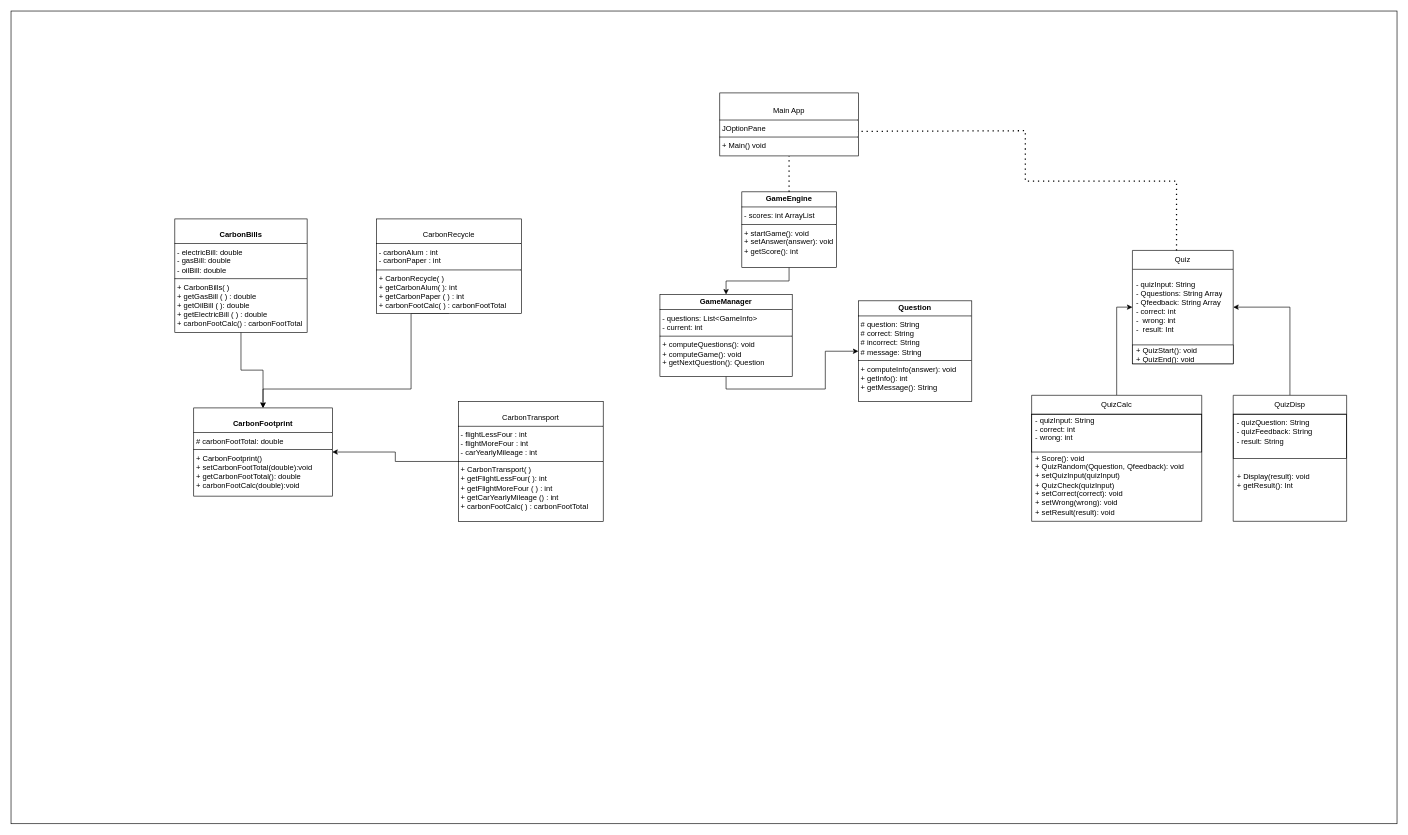
The draw.io diagram ClassDiagram.drawio in JordanTheCodeless/OOP_SDG_CA, before the edit. Source tidied: cells renumbered, new cells numbered last; positions are measured from the earlier drawing's top-left corner, leaving out a move shared by most shapes. Both pictures are drawn from the tidied source at 63%, with x=0, y=0 at pixel (11, 11).
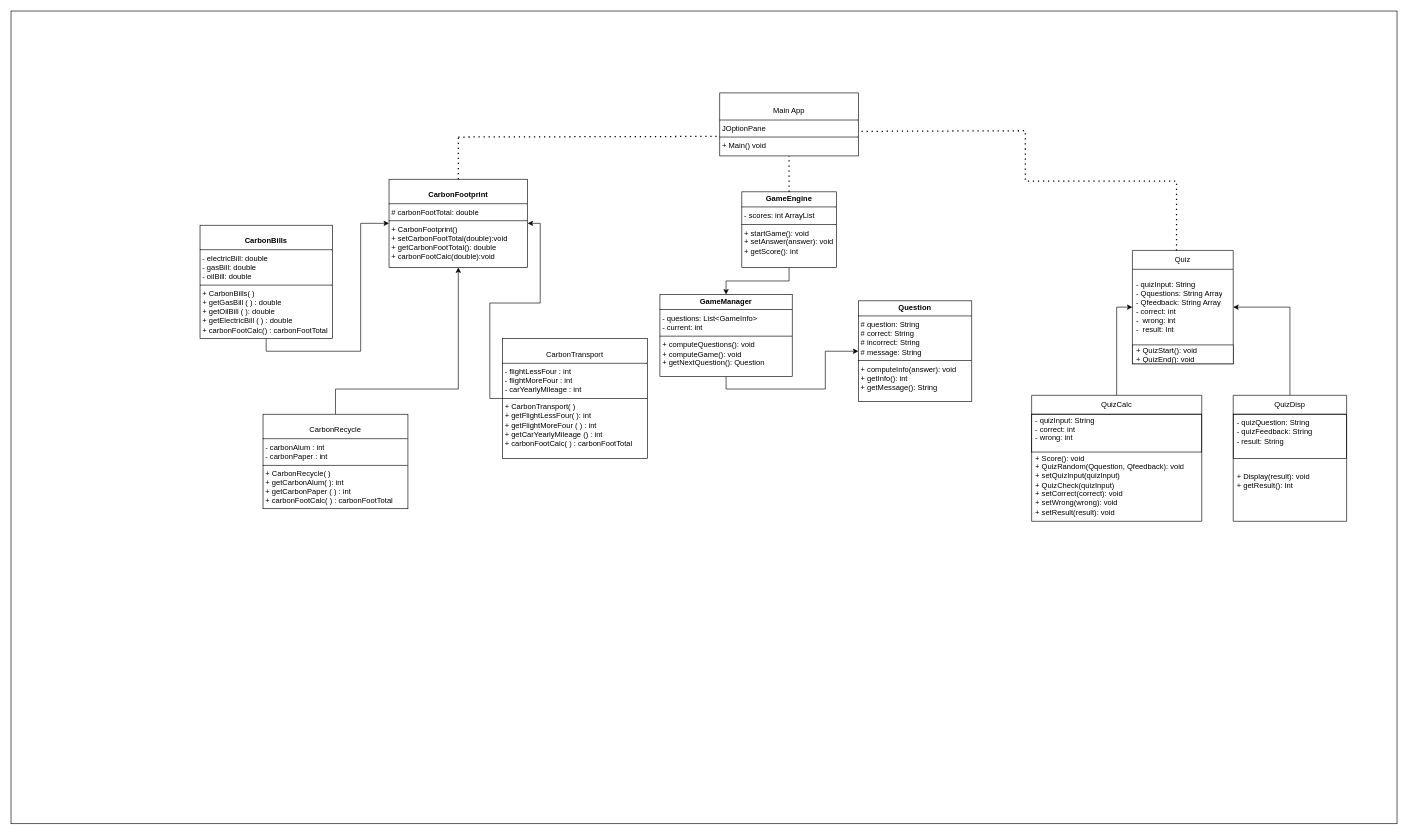
The same page after the edit.

Commit message (it also covers changes not shown here):
Made final changes diagram

Unchanged cells that the change refers to:
```xml
<mxCell id="25" value="&lt;p style=&quot;margin:0px;margin-top:4px;text-align:center;&quot;&gt;&lt;br&gt;&lt;/p&gt;&lt;p style=&quot;margin:0px;margin-top:4px;text-align:center;&quot;&gt;Main App&lt;/p&gt;&lt;hr size=&quot;1&quot; style=&quot;border-style:solid;&quot;&gt;&lt;p style=&quot;margin:0px;margin-left:4px;&quot;&gt;JOptionPane&lt;/p&gt;&lt;hr size=&quot;1&quot; style=&quot;border-style:solid;&quot;&gt;&lt;p style=&quot;margin:0px;margin-left:4px;&quot;&gt;+ Main() void&lt;/p&gt;" style="verticalAlign=top;align=left;overflow=fill;html=1;whiteSpace=wrap;" parent="1" vertex="1">
  <mxGeometry x="1125" y="130" width="220" height="100" as="geometry" />
</mxCell>
```

The edit, as a diff of the source:
```diff
@@
     <mxCell id="3" value="&lt;p style=&quot;margin:0px;margin-top:4px;text-align:center;&quot;&gt;&lt;br&gt;&lt;b&gt;CarbonFootprint&lt;/b&gt;&lt;br&gt;&lt;/p&gt;&lt;hr size=&quot;1&quot; style=&quot;border-style:solid;&quot;&gt;&lt;p style=&quot;margin:0px;margin-left:4px;&quot;&gt;# carbonFootTotal: double&lt;br&gt;&lt;/p&gt;&lt;hr size=&quot;1&quot; style=&quot;border-style:solid;&quot;&gt;&lt;p style=&quot;margin:0px;margin-left:4px;&quot;&gt;+ CarbonFootprint()&lt;br&gt;+ setCarbonFootTotal(double):void&lt;/p&gt;&lt;p style=&quot;margin:0px;margin-left:4px;&quot;&gt;+ getCarbonFootTotal(): double&lt;/p&gt;&lt;p style=&quot;margin:0px;margin-left:4px;&quot;&gt;+ carbonFootCalc(double):void&lt;br&gt;&lt;/p&gt;" style="verticalAlign=top;align=left;overflow=fill;html=1;whiteSpace=wrap;" parent="1" vertex="1">
-      <mxGeometry x="290" y="630" width="220" height="140" as="geometry" />
+      <mxGeometry x="600" y="267" width="220" height="140" as="geometry" />
     </mxCell>
@@
     <mxCell id="5" value="&lt;p style=&quot;margin:0px;margin-top:4px;text-align:center;&quot;&gt;&lt;br&gt;&lt;b&gt;CarbonBills&lt;/b&gt;&lt;br&gt;&lt;/p&gt;&lt;hr size=&quot;1&quot; style=&quot;border-style:solid;&quot;&gt;&lt;p style=&quot;margin:0px;margin-left:4px;&quot;&gt;- electricBill: double&lt;/p&gt;&lt;p style=&quot;margin:0px;margin-left:4px;&quot;&gt;- gasBill: double&lt;/p&gt;&lt;p style=&quot;margin:0px;margin-left:4px;&quot;&gt;- oilBill: double&lt;br&gt;&lt;/p&gt;&lt;hr size=&quot;1&quot; style=&quot;border-style:solid;&quot;&gt;&lt;p style=&quot;margin:0px;margin-left:4px;&quot;&gt;+ CarbonBills( )&lt;br&gt;&lt;/p&gt;&lt;p style=&quot;margin:0px;margin-left:4px;&quot;&gt;+ getGasBill ( ) : double&lt;br&gt;+ getOilBill ( ): double&lt;/p&gt;&lt;p style=&quot;margin:0px;margin-left:4px;&quot;&gt;+ getElectricBill ( ) : double&lt;/p&gt;&lt;p style=&quot;margin:0px;margin-left:4px;&quot;&gt;+ carbonFootCalc() : carbonFootTotal&lt;br&gt;&lt;/p&gt;" style="verticalAlign=top;align=left;overflow=fill;html=1;whiteSpace=wrap;" parent="1" vertex="1">
-      <mxGeometry x="260" y="330" width="210" height="180" as="geometry" />
+      <mxGeometry x="300" y="340" width="210" height="180" as="geometry" />
     </mxCell>
@@
     <mxCell id="24" value="&lt;p style=&quot;margin:0px;margin-top:4px;text-align:center;&quot;&gt;&lt;br&gt;CarbonTransport&lt;br&gt;&lt;/p&gt;&lt;hr size=&quot;1&quot; style=&quot;border-style:solid;&quot;&gt;&lt;p style=&quot;margin:0px;margin-left:4px;&quot;&gt;- flightLessFour : int&lt;br&gt;- flightMoreFour : int&lt;/p&gt;&lt;p style=&quot;margin:0px;margin-left:4px;&quot;&gt;- carYearlyMileage : int&lt;br&gt;&lt;/p&gt;&lt;hr size=&quot;1&quot; style=&quot;border-style:solid;&quot;&gt;&lt;p style=&quot;margin:0px;margin-left:4px;&quot;&gt;+ CarbonTransport( )&lt;/p&gt;&lt;p style=&quot;margin:0px;margin-left:4px;&quot;&gt;+ getFlightLessFour( ): int&lt;/p&gt;&lt;p style=&quot;margin:0px;margin-left:4px;&quot;&gt;+ getFlightMoreFour ( ) : int&lt;/p&gt;&lt;p style=&quot;margin:0px;margin-left:4px;&quot;&gt;+ getCarYearlyMileage () : int&lt;br&gt;&lt;/p&gt;&lt;p style=&quot;margin:0px;margin-left:4px;&quot;&gt;+ carbonFootCalc( ) : carbonFootTotal&lt;br&gt;&lt;/p&gt;&lt;p style=&quot;margin:0px;margin-left:4px;&quot;&gt;&lt;br&gt;&lt;/p&gt;" style="verticalAlign=top;align=left;overflow=fill;html=1;whiteSpace=wrap;" parent="1" vertex="1">
-      <mxGeometry x="710" y="620" width="230" height="190" as="geometry" />
+      <mxGeometry x="780" y="520" width="230" height="190" as="geometry" />
     </mxCell>
@@
-    <mxCell id="26" style="edgeStyle=orthogonalEdgeStyle;rounded=0;jettySize=auto;html=1;exitX=0.5;exitY=1;exitDx=0;exitDy=0;entryX=0.5;entryY=0;entryDx=0;entryDy=0;" parent="1" edge="1" source="27" target="3">
+    <mxCell id="26" style="edgeStyle=orthogonalEdgeStyle;rounded=0;jettySize=auto;html=1;exitX=0.5;exitY=1;exitDx=0;exitDy=0;entryX=0.5;entryY=1;entryDx=0;entryDy=0;" parent="1" edge="1" source="27" target="3">
       <mxGeometry relative="1" as="geometry">
         <Array as="points">
-          <mxPoint x="635" y="600" />
-          <mxPoint x="400" y="600" />
+          <mxPoint x="515" y="600" />
+          <mxPoint x="710" y="600" />
         </Array>
       </mxGeometry>
     </mxCell>
     <mxCell id="27" value="&lt;p style=&quot;margin:0px;margin-top:4px;text-align:center;&quot;&gt;&lt;br&gt;CarbonRecycle&lt;br&gt;&lt;/p&gt;&lt;hr size=&quot;1&quot; style=&quot;border-style:solid;&quot;&gt;&lt;p style=&quot;margin:0px;margin-left:4px;&quot;&gt;- carbonAlum : int&lt;br&gt;- carbonPaper : int&lt;br&gt;&lt;/p&gt;&lt;hr size=&quot;1&quot; style=&quot;border-style:solid;&quot;&gt;&lt;p style=&quot;margin:0px;margin-left:4px;&quot;&gt;+ CarbonRecycle( )&lt;/p&gt;&lt;p style=&quot;margin:0px;margin-left:4px;&quot;&gt;+ getCarbonAlum( ): int&lt;/p&gt;&lt;p style=&quot;margin:0px;margin-left:4px;&quot;&gt;+ getCarbonPaper ( ) : int&lt;/p&gt;&lt;p style=&quot;margin:0px;margin-left:4px;&quot;&gt;+ carbonFootCalc( ) : carbonFootTotal&lt;br&gt;&lt;/p&gt;&lt;p style=&quot;margin:0px;margin-left:4px;&quot;&gt;&lt;br&gt;&lt;/p&gt;" style="verticalAlign=top;align=left;overflow=fill;html=1;whiteSpace=wrap;" parent="1" vertex="1">
-      <mxGeometry x="580" y="330" width="230" height="150" as="geometry" />
+      <mxGeometry x="400" y="640" width="230" height="150" as="geometry" />
     </mxCell>
@@
+    <mxCell id="30" style="endArrow=none;dashed=1;html=1;dashPattern=1 3;strokeWidth=2;rounded=0;" parent="1" edge="1" source="3">
+      <mxGeometry relative="1" as="geometry">
+        <mxPoint x="710" y="196.3" as="targetPoint" />
+      </mxGeometry>
+    </mxCell>
+    <mxCell id="31" style="endArrow=none;dashed=1;html=1;dashPattern=1 3;strokeWidth=2;rounded=0;entryX=-0.005;entryY=0.69;entryDx=0;entryDy=0;entryPerimeter=0;" parent="1" edge="1" target="25">
+      <mxGeometry relative="1" as="geometry">
+        <mxPoint x="710" y="200" as="sourcePoint" />
+      </mxGeometry>
+    </mxCell>
```
